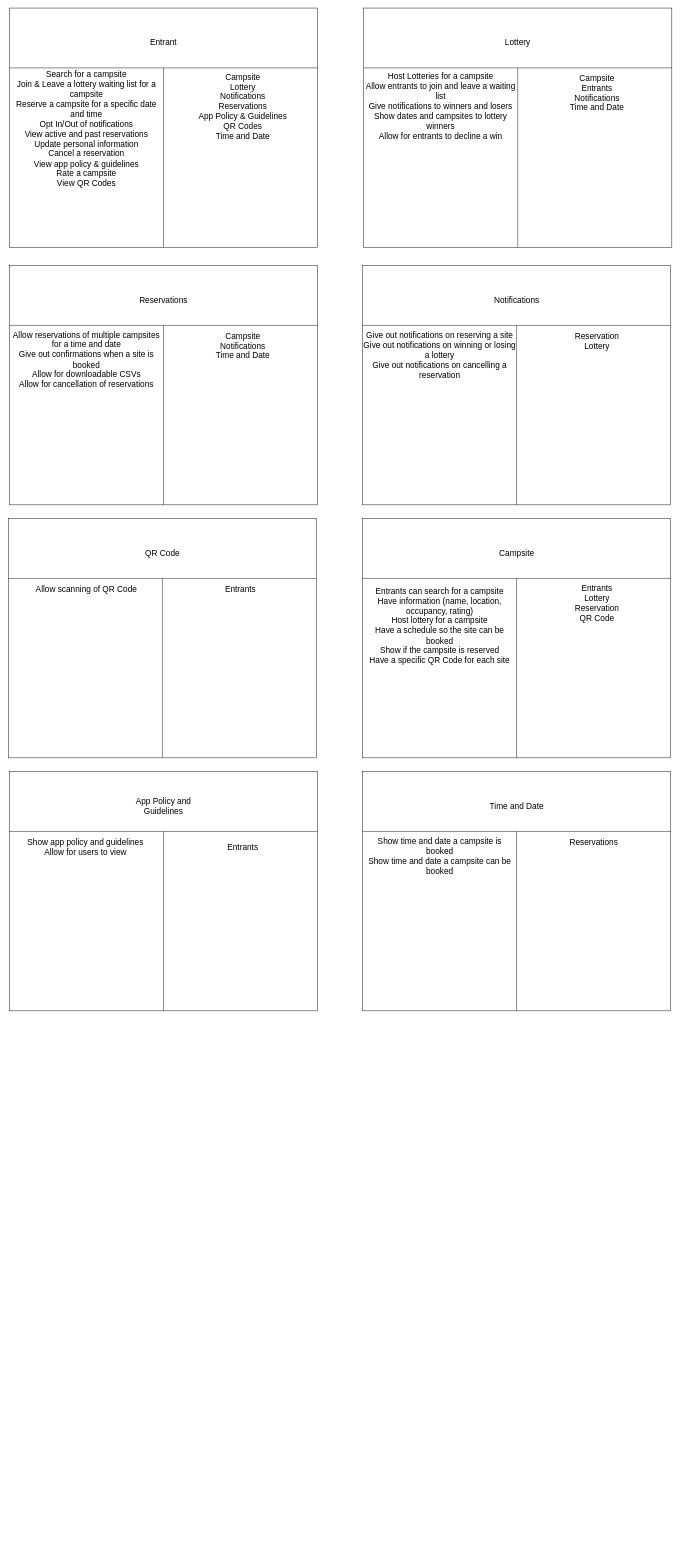
Above: CRC.drawio in CMPUT301-fidget-Lab4/CMPUT301F26fidget (draw.io), before the change. Source tidied: cells renumbered, new cells numbered last; positions are measured from the earlier drawing's top-left corner, leaving out a move shared by most shapes. Both pictures are drawn from the tidied source at 46%, with x=0, y=0 at pixel (8, 8).
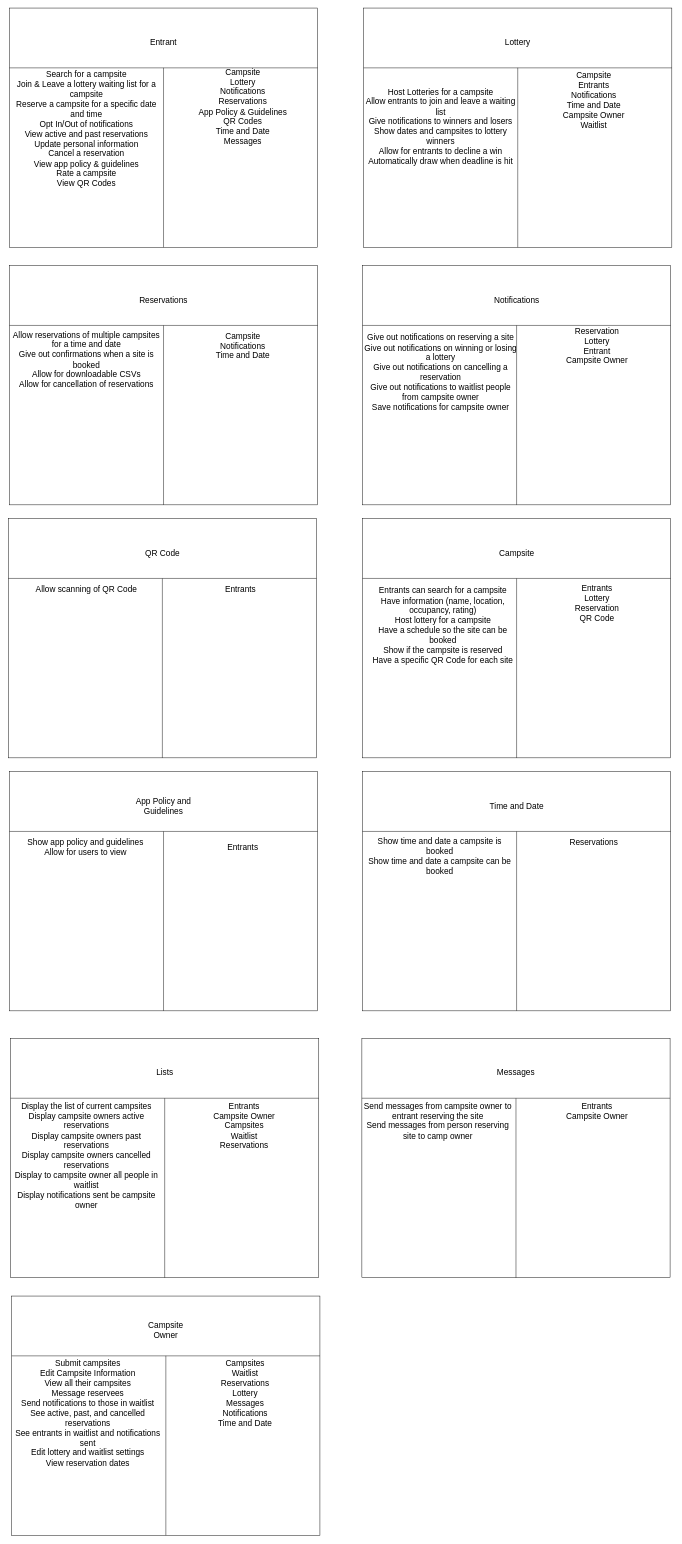
After the change.

Change to the diagram source:
```diff
@@
-    <mxCell id="7" value="&lt;div&gt;Campsite&lt;/div&gt;&lt;div&gt;Lottery&lt;/div&gt;&lt;div&gt;Notifications&lt;/div&gt;&lt;div&gt;Reservations&lt;/div&gt;&lt;div&gt;App Policy &amp;amp; Guidelines&lt;/div&gt;&lt;div&gt;QR Codes&lt;/div&gt;&lt;div&gt;Time and Date&lt;/div&gt;" style="text;html=1;whiteSpace=wrap;strokeColor=none;fillColor=none;align=center;verticalAlign=middle;rounded=0;fontSize=18;" parent="1" vertex="1">
+    <mxCell id="7" value="&lt;div&gt;Campsite&lt;/div&gt;&lt;div&gt;Lottery&lt;/div&gt;&lt;div&gt;Notifications&lt;/div&gt;&lt;div&gt;Reservations&lt;/div&gt;&lt;div&gt;App Policy &amp;amp; Guidelines&lt;/div&gt;&lt;div&gt;QR Codes&lt;/div&gt;&lt;div&gt;Time and Date&lt;/div&gt;&lt;div&gt;Messages&lt;/div&gt;" style="text;html=1;whiteSpace=wrap;strokeColor=none;fillColor=none;align=center;verticalAlign=middle;rounded=0;fontSize=18;" parent="1" vertex="1">
       <mxGeometry x="342" y="180" width="335" height="70" as="geometry" />
     </mxCell>
@@
-    <mxCell id="12" value="&lt;div&gt;Host Lotteries for a campsite&lt;/div&gt;&lt;div&gt;Allow entrants to join and leave a waiting list&lt;/div&gt;&lt;div&gt;Give notifications to winners and losers&lt;/div&gt;&lt;div&gt;Show dates and campsites to lottery winners&lt;/div&gt;&lt;div&gt;Allow for entrants to decline a win&lt;/div&gt;&lt;div&gt;&lt;br&gt;&lt;/div&gt;" style="text;html=1;whiteSpace=wrap;strokeColor=none;fillColor=none;align=center;verticalAlign=middle;rounded=0;fontSize=18;" parent="1" vertex="1">
-      <mxGeometry x="772" y="190" width="335" height="70" as="geometry" />
+    <mxCell id="12" value="&lt;div&gt;Host Lotteries for a campsite&lt;/div&gt;&lt;div&gt;Allow entrants to join and leave a waiting list&lt;/div&gt;&lt;div&gt;Give notifications to winners and losers&lt;/div&gt;&lt;div&gt;Show dates and campsites to lottery winners&lt;/div&gt;&lt;div&gt;Allow for entrants to decline a win&lt;/div&gt;&lt;div&gt;Automatically draw when deadline is hit&lt;/div&gt;&lt;div&gt;&lt;br&gt;&lt;/div&gt;&lt;div&gt;&lt;br&gt;&lt;/div&gt;" style="text;html=1;whiteSpace=wrap;strokeColor=none;fillColor=none;align=center;verticalAlign=middle;rounded=0;fontSize=18;" parent="1" vertex="1">
+      <mxGeometry x="772" y="160" width="335" height="240" as="geometry" />
     </mxCell>
-    <mxCell id="13" value="&lt;div&gt;Campsite&lt;/div&gt;&lt;div&gt;Entrants&lt;/div&gt;&lt;div&gt;Notifications&lt;/div&gt;&lt;div&gt;Time and Date&lt;/div&gt;" style="text;html=1;whiteSpace=wrap;strokeColor=none;fillColor=none;align=center;verticalAlign=middle;rounded=0;fontSize=18;" parent="1" vertex="1">
-      <mxGeometry x="1112" y="150" width="335" height="70" as="geometry" />
+    <mxCell id="13" value="&lt;div&gt;Campsite&lt;/div&gt;&lt;div&gt;Entrants&lt;/div&gt;&lt;div&gt;Notifications&lt;/div&gt;&lt;div&gt;Time and Date&lt;/div&gt;&lt;div&gt;Campsite Owner&lt;/div&gt;&lt;div&gt;Waitlist&lt;/div&gt;" style="text;html=1;whiteSpace=wrap;strokeColor=none;fillColor=none;align=center;verticalAlign=top;rounded=0;fontSize=18;" parent="1" vertex="1">
+      <mxGeometry x="1104.5" y="130" width="335" height="360" as="geometry" />
     </mxCell>
@@
-    <mxCell id="24" value="&lt;div&gt;Give out notifications on reserving a site&lt;/div&gt;&lt;div&gt;Give out notifications on winning or losing a lottery&lt;/div&gt;&lt;div&gt;Give out notifications on cancelling a reservation&lt;/div&gt;" style="text;html=1;whiteSpace=wrap;strokeColor=none;fillColor=none;align=center;verticalAlign=middle;rounded=0;fontSize=18;" parent="1" vertex="1">
-      <mxGeometry x="769.5" y="720" width="335" height="70" as="geometry" />
+    <mxCell id="24" value="&lt;div&gt;Give out notifications on reserving a site&lt;/div&gt;&lt;div&gt;Give out notifications on winning or losing a lottery&lt;/div&gt;&lt;div&gt;Give out notifications on cancelling a reservation&lt;/div&gt;&lt;div&gt;Give out notifications to waitlist people from campsite owner&lt;/div&gt;&lt;div&gt;Save notifications for campsite owner&lt;/div&gt;" style="text;html=1;whiteSpace=wrap;strokeColor=none;fillColor=none;align=center;verticalAlign=top;rounded=0;fontSize=18;" parent="1" vertex="1">
+      <mxGeometry x="772" y="700" width="335" height="330" as="geometry" />
     </mxCell>
-    <mxCell id="25" value="&lt;div&gt;Reservation&lt;/div&gt;&lt;div&gt;Lottery&lt;/div&gt;" style="text;html=1;whiteSpace=wrap;strokeColor=none;fillColor=none;align=center;verticalAlign=middle;rounded=0;fontSize=18;" parent="1" vertex="1">
-      <mxGeometry x="1112" y="690" width="335" height="70" as="geometry" />
+    <mxCell id="25" value="&lt;div&gt;Reservation&lt;/div&gt;&lt;div&gt;Lottery&lt;/div&gt;&lt;div&gt;Entrant&lt;/div&gt;&lt;div&gt;Campsite Owner&lt;/div&gt;" style="text;html=1;whiteSpace=wrap;strokeColor=none;fillColor=none;align=center;verticalAlign=middle;rounded=0;fontSize=18;" parent="1" vertex="1">
+      <mxGeometry x="1112" y="700" width="335" height="70" as="geometry" />
     </mxCell>
@@
-    <mxCell id="36" value="&lt;div&gt;Entrants can search for a campsite&lt;/div&gt;&lt;div&gt;Have information (name, location, occupancy, rating)&lt;/div&gt;&lt;div&gt;Host lottery for a campsite&lt;/div&gt;&lt;div&gt;Have a schedule so the site can be booked&lt;/div&gt;&lt;div&gt;Show if the campsite is reserved&lt;/div&gt;&lt;div&gt;Have a specific QR Code for each site&lt;/div&gt;&lt;div&gt;&lt;br&gt;&lt;/div&gt;&lt;div&gt;&lt;br&gt;&lt;/div&gt;" style="text;html=1;whiteSpace=wrap;strokeColor=none;fillColor=none;align=center;verticalAlign=middle;rounded=0;fontSize=18;" parent="1" vertex="1">
-      <mxGeometry x="769.5" y="1330" width="335" height="70" as="geometry" />
+    <mxCell id="36" value="&lt;div&gt;Entrants can search for a campsite&lt;/div&gt;&lt;div&gt;Have information (name, location, occupancy, rating)&lt;/div&gt;&lt;div&gt;Host lottery for a campsite&lt;/div&gt;&lt;div&gt;Have a schedule so the site can be booked&lt;/div&gt;&lt;div&gt;Show if the campsite is reserved&lt;/div&gt;&lt;div&gt;Have a specific QR Code for each site&lt;/div&gt;&lt;div&gt;&lt;br&gt;&lt;/div&gt;&lt;div&gt;&lt;br&gt;&lt;/div&gt;" style="text;html=1;whiteSpace=wrap;strokeColor=none;fillColor=none;align=center;verticalAlign=top;rounded=0;fontSize=18;" parent="1" vertex="1">
+      <mxGeometry x="777" y="1250" width="335" height="370" as="geometry" />
     </mxCell>
@@
+    <mxCell id="50" style="rounded=0;whiteSpace=wrap;html=1;" parent="1" vertex="1">
+      <mxGeometry x="4.5" y="2240" width="670" height="520" as="geometry" />
+    </mxCell>
+    <mxCell id="51" style="endArrow=none;html=1;rounded=0;defaultLabelBackgroundColor=gap;entryX=0.5;entryY=1;entryDx=0;entryDy=0;" parent="1" edge="1" target="50">
+      <mxGeometry relative="1" as="geometry">
+        <mxPoint x="339.5" y="2370" as="sourcePoint" />
+      </mxGeometry>
+    </mxCell>
+    <mxCell id="52" style="endArrow=none;html=1;rounded=0;defaultLabelBackgroundColor=gap;entryX=1;entryY=0.25;entryDx=0;entryDy=0;" parent="1" edge="1" target="50">
+      <mxGeometry relative="1" as="geometry">
+        <mxPoint x="4.5" y="2370" as="sourcePoint" />
+      </mxGeometry>
+    </mxCell>
+    <mxCell id="53" value="Lists" style="text;html=1;whiteSpace=wrap;strokeColor=none;fillColor=none;align=center;verticalAlign=middle;rounded=0;fontSize=18;" parent="1" vertex="1">
+      <mxGeometry x="274.5" y="2280" width="130" height="70" as="geometry" />
+    </mxCell>
+    <mxCell id="54" value="&lt;div&gt;Display the list of current campsites&lt;/div&gt;&lt;div&gt;Display campsite owners active reservations&lt;/div&gt;&lt;div&gt;Display campsite owners past reservations&lt;/div&gt;&lt;div&gt;Display campsite owners cancelled reservations&lt;/div&gt;&lt;div&gt;Display to campsite owner all people in waitlist&lt;/div&gt;&lt;div&gt;Display notifications sent be campsite owner&lt;/div&gt;&lt;div&gt;&lt;br&gt;&lt;/div&gt;" style="text;html=1;whiteSpace=wrap;strokeColor=none;fillColor=none;align=center;verticalAlign=top;rounded=0;fontSize=18;" parent="1" vertex="1">
+      <mxGeometry x="2" y="2370" width="335" height="390" as="geometry" />
+    </mxCell>
+    <mxCell id="55" value="Entrants&lt;div&gt;Campsite Owner&lt;/div&gt;&lt;div&gt;Campsites&lt;/div&gt;&lt;div&gt;Waitlist&lt;/div&gt;&lt;div&gt;Reservations&lt;/div&gt;" style="text;html=1;whiteSpace=wrap;strokeColor=none;fillColor=none;align=center;verticalAlign=top;rounded=0;fontSize=18;" parent="1" vertex="1">
+      <mxGeometry x="344.5" y="2370" width="335" height="70" as="geometry" />
+    </mxCell>
+    <mxCell id="56" style="rounded=0;whiteSpace=wrap;html=1;" parent="1" vertex="1">
+      <mxGeometry x="768.2" y="2240" width="670" height="520" as="geometry" />
+    </mxCell>
+    <mxCell id="57" style="endArrow=none;html=1;rounded=0;defaultLabelBackgroundColor=gap;entryX=0.5;entryY=1;entryDx=0;entryDy=0;" parent="1" edge="1" target="56">
+      <mxGeometry relative="1" as="geometry">
+        <mxPoint x="1103.2" y="2370" as="sourcePoint" />
+      </mxGeometry>
+    </mxCell>
+    <mxCell id="58" style="endArrow=none;html=1;rounded=0;defaultLabelBackgroundColor=gap;entryX=1;entryY=0.25;entryDx=0;entryDy=0;" parent="1" edge="1" target="56">
+      <mxGeometry relative="1" as="geometry">
+        <mxPoint x="768.2" y="2370" as="sourcePoint" />
+      </mxGeometry>
+    </mxCell>
+    <mxCell id="59" value="Messages" style="text;html=1;whiteSpace=wrap;strokeColor=none;fillColor=none;align=center;verticalAlign=middle;rounded=0;fontSize=18;" parent="1" vertex="1">
+      <mxGeometry x="1038.2" y="2280" width="130" height="70" as="geometry" />
+    </mxCell>
+    <mxCell id="60" value="Send messages from campsite owner to entrant reserving the site&lt;div&gt;Send messages from person reserving site to camp owner&lt;/div&gt;" style="text;html=1;whiteSpace=wrap;strokeColor=none;fillColor=none;align=center;verticalAlign=top;rounded=0;fontSize=18;" parent="1" vertex="1">
+      <mxGeometry x="765.8" y="2370" width="335" height="390" as="geometry" />
+    </mxCell>
+    <mxCell id="61" value="Entrants&lt;div&gt;Campsite Owner&lt;/div&gt;&lt;div&gt;&lt;br&gt;&lt;/div&gt;" style="text;html=1;whiteSpace=wrap;strokeColor=none;fillColor=none;align=center;verticalAlign=top;rounded=0;fontSize=18;" parent="1" vertex="1">
+      <mxGeometry x="1112" y="2370" width="335" height="370" as="geometry" />
+    </mxCell>
+    <mxCell id="62" style="rounded=0;whiteSpace=wrap;html=1;" parent="1" vertex="1">
+      <mxGeometry x="7" y="2800" width="670" height="520" as="geometry" />
+    </mxCell>
+    <mxCell id="63" style="endArrow=none;html=1;rounded=0;defaultLabelBackgroundColor=gap;entryX=0.5;entryY=1;entryDx=0;entryDy=0;" parent="1" edge="1" target="62">
+      <mxGeometry relative="1" as="geometry">
+        <mxPoint x="342" y="2930" as="sourcePoint" />
+      </mxGeometry>
+    </mxCell>
+    <mxCell id="64" style="endArrow=none;html=1;rounded=0;defaultLabelBackgroundColor=gap;entryX=1;entryY=0.25;entryDx=0;entryDy=0;" parent="1" edge="1" target="62">
+      <mxGeometry relative="1" as="geometry">
+        <mxPoint x="7" y="2930" as="sourcePoint" />
+      </mxGeometry>
+    </mxCell>
+    <mxCell id="65" value="Campsite Owner" style="text;html=1;whiteSpace=wrap;strokeColor=none;fillColor=none;align=center;verticalAlign=middle;rounded=0;fontSize=18;" parent="1" vertex="1">
+      <mxGeometry x="277" y="2840" width="130" height="70" as="geometry" />
+    </mxCell>
+    <mxCell id="66" value="&lt;div&gt;Submit campsites&lt;/div&gt;&lt;div&gt;Edit Campsite Information&lt;/div&gt;&lt;div&gt;View all their campsites&lt;/div&gt;&lt;div&gt;Message reservees&lt;/div&gt;&lt;div&gt;Send notifications to those in waitlist&lt;/div&gt;&lt;div&gt;See active, past, and cancelled reservations&lt;/div&gt;&lt;div&gt;See entrants in waitlist and notifications sent&lt;/div&gt;&lt;div&gt;Edit lottery and waitlist settings&lt;/div&gt;&lt;div&gt;View reservation dates&lt;/div&gt;" style="text;html=1;whiteSpace=wrap;strokeColor=none;fillColor=none;align=center;verticalAlign=top;rounded=0;fontSize=18;" parent="1" vertex="1">
+      <mxGeometry x="4.5" y="2930" width="335" height="390" as="geometry" />
+    </mxCell>
+    <mxCell id="67" value="&lt;div&gt;&lt;span style=&quot;background-color: transparent; color: light-dark(#000000, var(--ge-light-color, #ffffff));&quot;&gt;Campsites&lt;/span&gt;&lt;/div&gt;&lt;div&gt;Waitlist&lt;/div&gt;&lt;div&gt;Reservations&lt;/div&gt;&lt;div&gt;Lottery&lt;/div&gt;&lt;div&gt;Messages&lt;/div&gt;&lt;div&gt;Notifications&lt;/div&gt;&lt;div&gt;Time and Date&lt;/div&gt;" style="text;html=1;whiteSpace=wrap;strokeColor=none;fillColor=none;align=center;verticalAlign=top;rounded=0;fontSize=18;" parent="1" vertex="1">
+      <mxGeometry x="347" y="2930" width="335" height="330" as="geometry" />
+    </mxCell>
```
